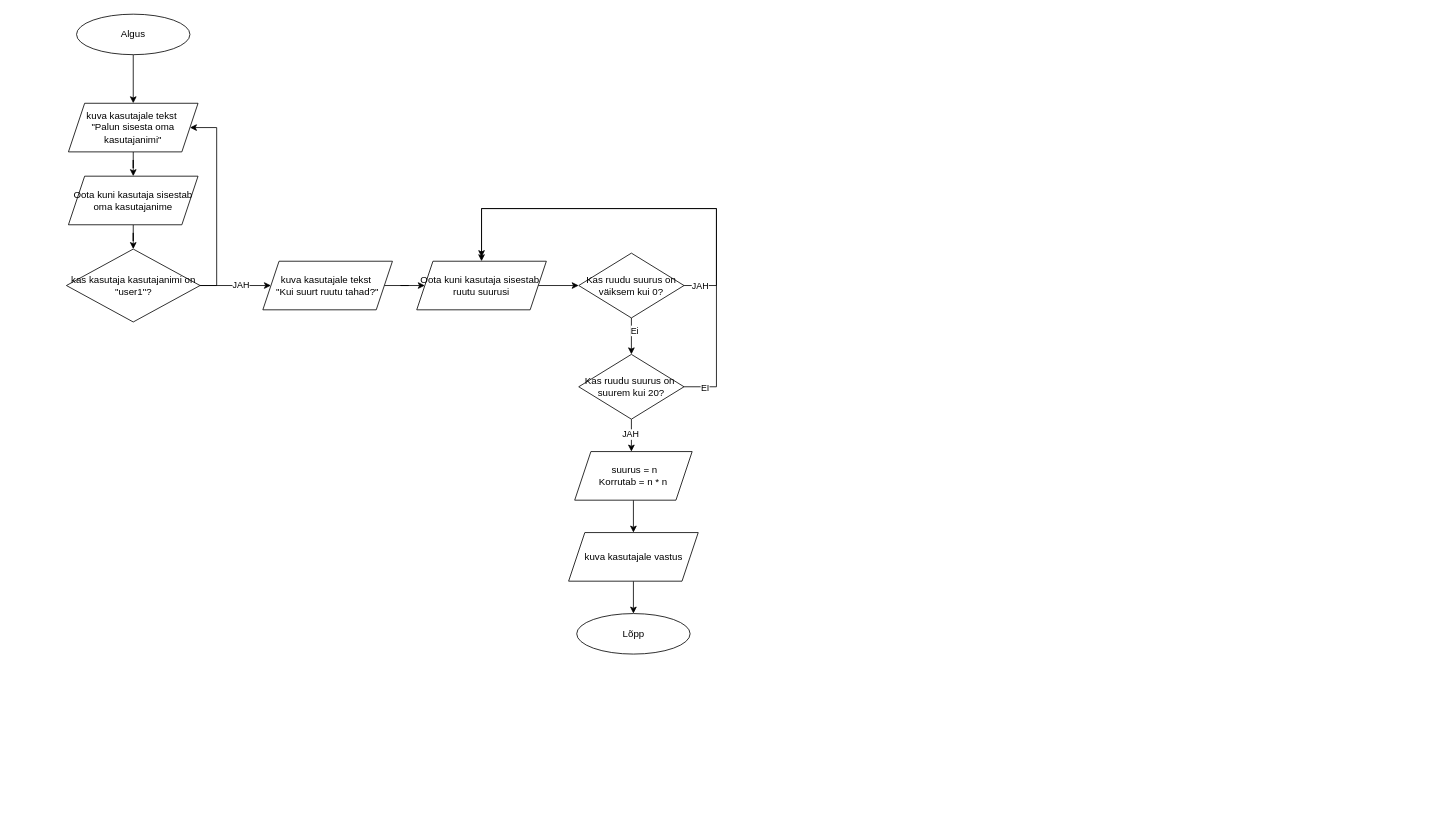
dominickekkonen/Konspekt_Dominic_Kekkonen keeps this draw.io diagram as MinuKonspekt/MinuKonspekt/ruudusuurus.drawio. Above is the earlier version. Source tidied: cells renumbered, new cells numbered last; positions are measured from the earlier drawing's top-left corner, leaving out a move shared by most shapes. Both pictures are drawn from the tidied source at 81%, with x=0, y=0 at pixel (66, 14).
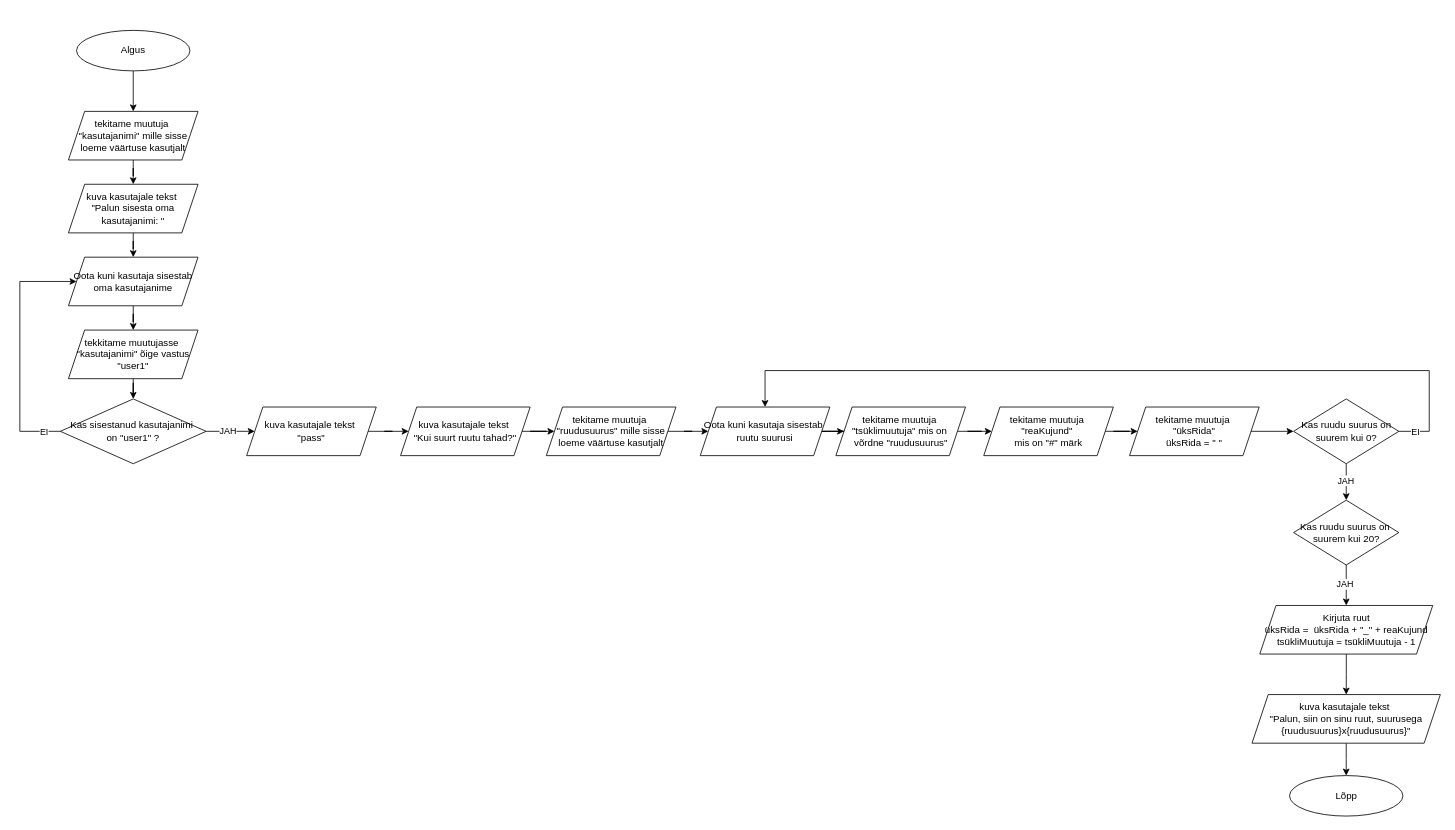
Above is the later version.

The change refers to these unchanged cells:
```xml
<mxCell id="13" style="edgeStyle=orthogonalEdgeStyle;rounded=0;jettySize=auto;html=1;" parent="1" edge="1" source="17" target="26">
  <mxGeometry relative="1" as="geometry" />
</mxCell>
```

The edit, as a diff of the source:
```diff
@@
-    <mxCell id="2" style="edgeStyle=orthogonalEdgeStyle;rounded=0;jettySize=auto;html=1;" parent="1" edge="1" source="3" target="5">
+    <mxCell id="2" style="edgeStyle=orthogonalEdgeStyle;rounded=0;jettySize=auto;html=1;entryX=0.5;entryY=0;entryDx=0;entryDy=0;" parent="1" edge="1" source="3" target="36">
       <mxGeometry relative="1" as="geometry" />
     </mxCell>
     <mxCell id="3" value="Algus" style="ellipse;whiteSpace=wrap;html=1;" parent="1" vertex="1">
-      <mxGeometry x="12" width="140" height="50" as="geometry" />
+      <mxGeometry x="12" y="20" width="140" height="50" as="geometry" />
     </mxCell>
@@
-    <mxCell id="5" value="kuva kasutajale tekst&amp;nbsp;&lt;div&gt;&quot;Palun sisesta oma kasutajanimi&quot;&lt;/div&gt;" style="shape=parallelogram;perimeter=parallelogramPerimeter;whiteSpace=wrap;html=1;fixedSize=1;" parent="1" vertex="1">
-      <mxGeometry x="2" y="110" width="160" height="60" as="geometry" />
+    <mxCell id="5" value="kuva kasutajale tekst&amp;nbsp;&lt;div&gt;&quot;Palun sisesta oma kasutajanimi: &quot;&lt;/div&gt;" style="shape=parallelogram;perimeter=parallelogramPerimeter;whiteSpace=wrap;html=1;fixedSize=1;" parent="1" vertex="1">
+      <mxGeometry x="2" y="210" width="160" height="60" as="geometry" />
     </mxCell>
-    <mxCell id="6" style="edgeStyle=orthogonalEdgeStyle;rounded=0;jettySize=auto;html=1;exitX=1;exitY=0.5;exitDx=0;exitDy=0;entryX=1;entryY=0.5;entryDx=0;entryDy=0;" parent="1" edge="1" source="9" target="5">
-      <mxGeometry relative="1" as="geometry">
-        <Array as="points">
-          <mxPoint x="185" y="335" />
-          <mxPoint x="185" y="140" />
-        </Array>
-      </mxGeometry>
-    </mxCell>
-    <mxCell id="7" style="edgeStyle=orthogonalEdgeStyle;rounded=0;jettySize=auto;html=1;entryX=0;entryY=0.5;entryDx=0;entryDy=0;" parent="1" edge="1" source="9" target="11">
-      <mxGeometry relative="1" as="geometry" />
-    </mxCell>
-    <mxCell id="8" value="JAH" style="edgeLabel;html=1;align=center;verticalAlign=middle;" parent="7" vertex="1">
-      <mxGeometry x="0.13" y="1" relative="1" as="geometry">
-        <mxPoint x="1" as="offset" />
-      </mxGeometry>
-    </mxCell>
-    <mxCell id="9" value="kas kasutaja kasutajanimi on &quot;user1&quot;?" style="rhombus;whiteSpace=wrap;html=1;" parent="1" vertex="1">
-      <mxGeometry x="-0.5" y="290" width="165" height="90" as="geometry" />
-    </mxCell>
-    <mxCell id="10" style="edgeStyle=orthogonalEdgeStyle;rounded=0;jettySize=auto;html=1;" parent="1" edge="1" source="11" target="21">
+    <mxCell id="10" style="edgeStyle=orthogonalEdgeStyle;rounded=0;jettySize=auto;html=1;entryX=0;entryY=0.5;entryDx=0;entryDy=0;" parent="1" edge="1" source="11" target="47">
       <mxGeometry relative="1" as="geometry" />
     </mxCell>
     <mxCell id="11" value="kuva kasutajale tekst&amp;nbsp;&lt;div&gt;&quot;Kui suurt ruutu tahad?&quot;&lt;/div&gt;" style="shape=parallelogram;perimeter=parallelogramPerimeter;whiteSpace=wrap;html=1;fixedSize=1;" parent="1" vertex="1">
-      <mxGeometry x="242" y="305" width="160" height="60" as="geometry" />
+      <mxGeometry x="412" y="485" width="160" height="60" as="geometry" />
     </mxCell>
     <mxCell id="12" value="Lõpp" style="ellipse;whiteSpace=wrap;html=1;" parent="1" vertex="1">
-      <mxGeometry x="629.5" y="740" width="140" height="50" as="geometry" />
+      <mxGeometry x="1509.5" y="940" width="140" height="50" as="geometry" />
     </mxCell>
@@
-    <mxCell id="14" value="Ei" style="edgeLabel;html=1;align=center;verticalAlign=middle;" parent="13" vertex="1">
-      <mxGeometry x="-0.33" y="3" relative="1" as="geometry" />
-    </mxCell>
-    <mxCell id="15" style="edgeStyle=orthogonalEdgeStyle;rounded=0;jettySize=auto;html=1;" parent="1" edge="1" source="17">
-      <mxGeometry relative="1" as="geometry">
-        <mxPoint x="512" y="300" as="targetPoint" />
-        <Array as="points">
-          <mxPoint x="802" y="335" />
-          <mxPoint x="802" y="240" />
-          <mxPoint x="512" y="240" />
-        </Array>
-      </mxGeometry>
-    </mxCell>
-    <mxCell id="16" value="JAH" style="edgeLabel;html=1;align=center;verticalAlign=middle;" parent="15" vertex="1">
-      <mxGeometry x="-0.92" relative="1" as="geometry" />
-    </mxCell>
+    <mxCell id="31" value="JAH" style="edgeLabel;html=1;align=center;verticalAlign=middle;" parent="13" vertex="1">
+      <mxGeometry x="-0.13" y="-1" relative="1" as="geometry" />
+    </mxCell>
+    <mxCell id="32" style="edgeStyle=orthogonalEdgeStyle;rounded=0;jettySize=auto;html=1;entryX=0.5;entryY=0;entryDx=0;entryDy=0;" parent="1" edge="1" source="17" target="21">
+      <mxGeometry relative="1" as="geometry">
+        <Array as="points">
+          <mxPoint x="1682" y="515" />
+          <mxPoint x="1682" y="440" />
+          <mxPoint x="862" y="440" />
+        </Array>
+      </mxGeometry>
+    </mxCell>
+    <mxCell id="33" value="EI" style="edgeLabel;html=1;align=center;verticalAlign=middle;" parent="32" vertex="1">
+      <mxGeometry x="-0.96" relative="1" as="geometry" />
+    </mxCell>
-    <mxCell id="17" value="Kas ruudu suurus on väiksem kui 0?" style="rhombus;whiteSpace=wrap;html=1;" parent="1" vertex="1">
-      <mxGeometry x="632" y="295" width="130" height="80" as="geometry" />
+    <mxCell id="17" value="Kas ruudu suurus on suurem kui 0?" style="rhombus;whiteSpace=wrap;html=1;" parent="1" vertex="1">
+      <mxGeometry x="1514.5" y="475" width="130" height="80" as="geometry" />
     </mxCell>
-    <mxCell id="18" style="edgeStyle=orthogonalEdgeStyle;rounded=0;jettySize=auto;html=1;" parent="1" edge="1" source="19" target="9">
-      <mxGeometry relative="1" as="geometry" />
-    </mxCell>
+    <mxCell id="34" style="edgeStyle=orthogonalEdgeStyle;rounded=0;jettySize=auto;html=1;" parent="1" edge="1" source="19" target="38">
+      <mxGeometry relative="1" as="geometry" />
+    </mxCell>
     <mxCell id="19" value="Oota kuni kasutaja sisestab oma kasutajanime" style="shape=parallelogram;perimeter=parallelogramPerimeter;whiteSpace=wrap;html=1;fixedSize=1;" parent="1" vertex="1">
-      <mxGeometry x="2" y="200" width="160" height="60" as="geometry" />
+      <mxGeometry x="2" y="300" width="160" height="60" as="geometry" />
     </mxCell>
-    <mxCell id="20" style="edgeStyle=orthogonalEdgeStyle;rounded=0;jettySize=auto;html=1;" parent="1" edge="1" source="21" target="17">
+    <mxCell id="20" style="edgeStyle=orthogonalEdgeStyle;rounded=0;jettySize=auto;html=1;entryX=0;entryY=0.5;entryDx=0;entryDy=0;" parent="1" edge="1" source="21" target="49">
       <mxGeometry relative="1" as="geometry" />
     </mxCell>
     <mxCell id="21" value="Oota kuni kasutaja sisestab&amp;nbsp;&lt;div&gt;ruutu suurusi&lt;/div&gt;" style="shape=parallelogram;perimeter=parallelogramPerimeter;whiteSpace=wrap;html=1;fixedSize=1;" parent="1" vertex="1">
-      <mxGeometry x="432" y="305" width="160" height="60" as="geometry" />
+      <mxGeometry x="782" y="485" width="160" height="60" as="geometry" />
     </mxCell>
-    <mxCell id="22" style="edgeStyle=orthogonalEdgeStyle;rounded=0;jettySize=auto;html=1;" parent="1" edge="1" source="26">
-      <mxGeometry relative="1" as="geometry">
-        <mxPoint x="697" y="540" as="targetPoint" />
-      </mxGeometry>
+    <mxCell id="22" style="edgeStyle=orthogonalEdgeStyle;rounded=0;jettySize=auto;html=1;entryX=0.5;entryY=0;entryDx=0;entryDy=0;" parent="1" edge="1" source="26" target="57">
+      <mxGeometry relative="1" as="geometry" />
     </mxCell>
@@
-    <mxCell id="24" style="edgeStyle=orthogonalEdgeStyle;rounded=0;jettySize=auto;html=1;entryX=0.5;entryY=0;entryDx=0;entryDy=0;" parent="1" edge="1" source="26" target="21">
-      <mxGeometry relative="1" as="geometry">
-        <Array as="points">
-          <mxPoint x="802" y="460" />
-          <mxPoint x="802" y="240" />
-          <mxPoint x="512" y="240" />
-        </Array>
-      </mxGeometry>
-    </mxCell>
-    <mxCell id="25" value="EI" style="edgeLabel;html=1;align=center;verticalAlign=middle;" parent="24" vertex="1">
-      <mxGeometry x="-0.92" y="-1" relative="1" as="geometry" />
-    </mxCell>
     <mxCell id="26" value="Kas ruudu suurus on&amp;nbsp;&lt;div&gt;suurem kui 20?&lt;/div&gt;" style="rhombus;whiteSpace=wrap;html=1;" parent="1" vertex="1">
-      <mxGeometry x="632" y="420" width="130" height="80" as="geometry" />
+      <mxGeometry x="1514.5" y="600" width="130" height="80" as="geometry" />
     </mxCell>
-    <mxCell id="27" style="edgeStyle=orthogonalEdgeStyle;rounded=0;jettySize=auto;html=1;" parent="1" edge="1" source="28" target="30">
-      <mxGeometry relative="1" as="geometry" />
-    </mxCell>
-    <mxCell id="28" value="&amp;nbsp;suurus = n&lt;div&gt;Korrutab = n * n&lt;/div&gt;" style="shape=parallelogram;perimeter=parallelogramPerimeter;whiteSpace=wrap;html=1;fixedSize=1;" parent="1" vertex="1">
-      <mxGeometry x="627" y="540" width="145" height="60" as="geometry" />
-    </mxCell>
-    <mxCell id="29" style="edgeStyle=orthogonalEdgeStyle;rounded=0;jettySize=auto;html=1;" parent="1" edge="1" source="30" target="12">
-      <mxGeometry relative="1" as="geometry" />
-    </mxCell>
-    <mxCell id="30" value="kuva kasutajale vastus" style="shape=parallelogram;perimeter=parallelogramPerimeter;whiteSpace=wrap;html=1;fixedSize=1;" parent="1" vertex="1">
-      <mxGeometry x="619.5" y="640" width="160" height="60" as="geometry" />
-    </mxCell>
+    <mxCell id="35" style="edgeStyle=orthogonalEdgeStyle;rounded=0;jettySize=auto;html=1;" parent="1" edge="1" source="36" target="5">
+      <mxGeometry relative="1" as="geometry" />
+    </mxCell>
+    <mxCell id="36" value="tekitame muutuja&amp;nbsp;&lt;div&gt;&quot;kasutajanimi&quot; mille sisse loeme väärtuse kasutjalt&lt;/div&gt;" style="shape=parallelogram;perimeter=parallelogramPerimeter;whiteSpace=wrap;html=1;fixedSize=1;" parent="1" vertex="1">
+      <mxGeometry x="2" y="120" width="160" height="60" as="geometry" />
+    </mxCell>
+    <mxCell id="37" style="edgeStyle=orthogonalEdgeStyle;rounded=0;jettySize=auto;html=1;" parent="1" edge="1" source="38" target="43">
+      <mxGeometry relative="1" as="geometry" />
+    </mxCell>
+    <mxCell id="38" value="tekkitame muutujasse&amp;nbsp;&lt;div&gt;&quot;kasutajanimi&quot; õige vastus &quot;user1&quot;&lt;/div&gt;" style="shape=parallelogram;perimeter=parallelogramPerimeter;whiteSpace=wrap;html=1;fixedSize=1;" parent="1" vertex="1">
+      <mxGeometry x="2" y="390" width="160" height="60" as="geometry" />
+    </mxCell>
+    <mxCell id="39" style="edgeStyle=orthogonalEdgeStyle;rounded=0;jettySize=auto;html=1;entryX=0;entryY=0.5;entryDx=0;entryDy=0;" parent="1" edge="1" source="43" target="45">
+      <mxGeometry relative="1" as="geometry" />
+    </mxCell>
+    <mxCell id="40" value="JAH" style="edgeLabel;html=1;align=center;verticalAlign=middle;" parent="39" vertex="1">
+      <mxGeometry x="-0.15" y="1" relative="1" as="geometry" />
+    </mxCell>
+    <mxCell id="41" style="edgeStyle=orthogonalEdgeStyle;rounded=0;jettySize=auto;html=1;entryX=0;entryY=0.5;entryDx=0;entryDy=0;exitX=0;exitY=0.5;exitDx=0;exitDy=0;" parent="1" edge="1" source="43" target="19">
+      <mxGeometry relative="1" as="geometry">
+        <Array as="points">
+          <mxPoint x="-58" y="515" />
+          <mxPoint x="-58" y="330" />
+        </Array>
+      </mxGeometry>
+    </mxCell>
+    <mxCell id="42" value="EI" style="edgeLabel;html=1;align=center;verticalAlign=middle;" parent="41" vertex="1">
+      <mxGeometry x="-0.86" relative="1" as="geometry" />
+    </mxCell>
+    <mxCell id="43" value="Kas sisestanud kasutajanimi&amp;nbsp;&lt;div&gt;on &quot;user1&quot; ?&lt;/div&gt;" style="rhombus;whiteSpace=wrap;html=1;" parent="1" vertex="1">
+      <mxGeometry x="-8" y="475" width="180" height="80" as="geometry" />
+    </mxCell>
+    <mxCell id="44" style="edgeStyle=orthogonalEdgeStyle;rounded=0;jettySize=auto;html=1;" parent="1" edge="1" source="45" target="11">
+      <mxGeometry relative="1" as="geometry" />
+    </mxCell>
+    <mxCell id="45" value="kuva kasutajale tekst&amp;nbsp;&lt;div&gt;&quot;pass&quot;&lt;/div&gt;" style="shape=parallelogram;perimeter=parallelogramPerimeter;whiteSpace=wrap;html=1;fixedSize=1;" parent="1" vertex="1">
+      <mxGeometry x="222" y="485" width="160" height="60" as="geometry" />
+    </mxCell>
+    <mxCell id="46" style="edgeStyle=orthogonalEdgeStyle;rounded=0;jettySize=auto;html=1;" parent="1" edge="1" source="47" target="21">
+      <mxGeometry relative="1" as="geometry" />
+    </mxCell>
+    <mxCell id="47" value="tekitame muutuja&amp;nbsp;&lt;div&gt;&quot;ruudusuurus&quot; mille sisse loeme väärtuse kasutjalt&lt;/div&gt;" style="shape=parallelogram;perimeter=parallelogramPerimeter;whiteSpace=wrap;html=1;fixedSize=1;" parent="1" vertex="1">
+      <mxGeometry x="592" y="485" width="160" height="60" as="geometry" />
+    </mxCell>
+    <mxCell id="48" style="edgeStyle=orthogonalEdgeStyle;rounded=0;jettySize=auto;html=1;" parent="1" edge="1" source="49" target="51">
+      <mxGeometry relative="1" as="geometry" />
+    </mxCell>
+    <mxCell id="49" value="tekitame muutuja&amp;nbsp;&lt;div&gt;&quot;tsüklimuutuja&quot; mis on&amp;nbsp;&lt;/div&gt;&lt;div&gt;v&lt;span style=&quot;background-color: transparent; color: light-dark(rgb(0, 0, 0), rgb(255, 255, 255));&quot;&gt;õrdne &quot;ruudusuurus&quot;&lt;/span&gt;&lt;/div&gt;" style="shape=parallelogram;perimeter=parallelogramPerimeter;whiteSpace=wrap;html=1;fixedSize=1;" parent="1" vertex="1">
+      <mxGeometry x="949.5" y="485" width="160" height="60" as="geometry" />
+    </mxCell>
+    <mxCell id="50" style="edgeStyle=orthogonalEdgeStyle;rounded=0;jettySize=auto;html=1;" parent="1" edge="1" source="51" target="53">
+      <mxGeometry relative="1" as="geometry" />
+    </mxCell>
+    <mxCell id="51" value="tekitame muutuja&amp;nbsp;&lt;div&gt;&quot;reaKujund&quot;&amp;nbsp;&lt;/div&gt;&lt;div&gt;mis on&lt;span style=&quot;background-color: transparent; color: light-dark(rgb(0, 0, 0), rgb(255, 255, 255));&quot;&gt;&amp;nbsp;&quot;#&quot; märk&lt;/span&gt;&lt;/div&gt;" style="shape=parallelogram;perimeter=parallelogramPerimeter;whiteSpace=wrap;html=1;fixedSize=1;" parent="1" vertex="1">
+      <mxGeometry x="1132" y="485" width="160" height="60" as="geometry" />
+    </mxCell>
+    <mxCell id="52" style="edgeStyle=orthogonalEdgeStyle;rounded=0;jettySize=auto;html=1;" parent="1" edge="1" source="53" target="17">
+      <mxGeometry relative="1" as="geometry" />
+    </mxCell>
+    <mxCell id="53" value="tekitame muutuja&amp;nbsp;&lt;div&gt;&quot;üksRida&quot;&lt;/div&gt;&lt;div&gt;üksRida = &quot; &quot;&lt;/div&gt;" style="shape=parallelogram;perimeter=parallelogramPerimeter;whiteSpace=wrap;html=1;fixedSize=1;" parent="1" vertex="1">
+      <mxGeometry x="1312" y="485" width="160" height="60" as="geometry" />
+    </mxCell>
+    <mxCell id="54" style="edgeStyle=orthogonalEdgeStyle;rounded=0;jettySize=auto;html=1;" parent="1" edge="1" source="55" target="12">
+      <mxGeometry relative="1" as="geometry" />
+    </mxCell>
+    <mxCell id="55" value="kuva kasutajale tekst&amp;nbsp;&lt;div&gt;&quot;Palun, siin on sinu ruut,&amp;nbsp;&lt;span style=&quot;background-color: transparent; color: light-dark(rgb(0, 0, 0), rgb(255, 255, 255));&quot;&gt;suurusega {ruudusuurus}x{&lt;/span&gt;&lt;span style=&quot;background-color: transparent; color: light-dark(rgb(0, 0, 0), rgb(255, 255, 255));&quot;&gt;ruudusuurus}&lt;/span&gt;&lt;span style=&quot;background-color: transparent; color: light-dark(rgb(0, 0, 0), rgb(255, 255, 255));&quot;&gt;&quot;&lt;/span&gt;&lt;/div&gt;" style="shape=parallelogram;perimeter=parallelogramPerimeter;whiteSpace=wrap;html=1;fixedSize=1;" parent="1" vertex="1">
+      <mxGeometry x="1463.2" y="840" width="232.5" height="60" as="geometry" />
+    </mxCell>
+    <mxCell id="56" style="edgeStyle=orthogonalEdgeStyle;rounded=0;jettySize=auto;html=1;" parent="1" edge="1" source="57" target="55">
+      <mxGeometry relative="1" as="geometry" />
+    </mxCell>
+    <mxCell id="57" value="&lt;div&gt;Kirjuta ruut&lt;/div&gt;&lt;div&gt;&lt;span style=&quot;background-color: transparent; color: light-dark(rgb(0, 0, 0), rgb(255, 255, 255));&quot;&gt;üksRida =&amp;nbsp;&amp;nbsp;&lt;/span&gt;&lt;span style=&quot;background-color: transparent; color: light-dark(rgb(0, 0, 0), rgb(255, 255, 255));&quot;&gt;üksRida + &quot;_&quot; + reaKujund&lt;/span&gt;&lt;/div&gt;&lt;div&gt;&lt;span style=&quot;background-color: transparent; color: light-dark(rgb(0, 0, 0), rgb(255, 255, 255));&quot;&gt;tsükliMuutuja =&amp;nbsp;&lt;/span&gt;&lt;span style=&quot;background-color: transparent; color: light-dark(rgb(0, 0, 0), rgb(255, 255, 255));&quot;&gt;tsükliMuutuja - 1&lt;/span&gt;&lt;/div&gt;" style="shape=parallelogram;perimeter=parallelogramPerimeter;whiteSpace=wrap;html=1;fixedSize=1;" parent="1" vertex="1">
+      <mxGeometry x="1472.8" y="730" width="213.5" height="60" as="geometry" />
+    </mxCell>
```
